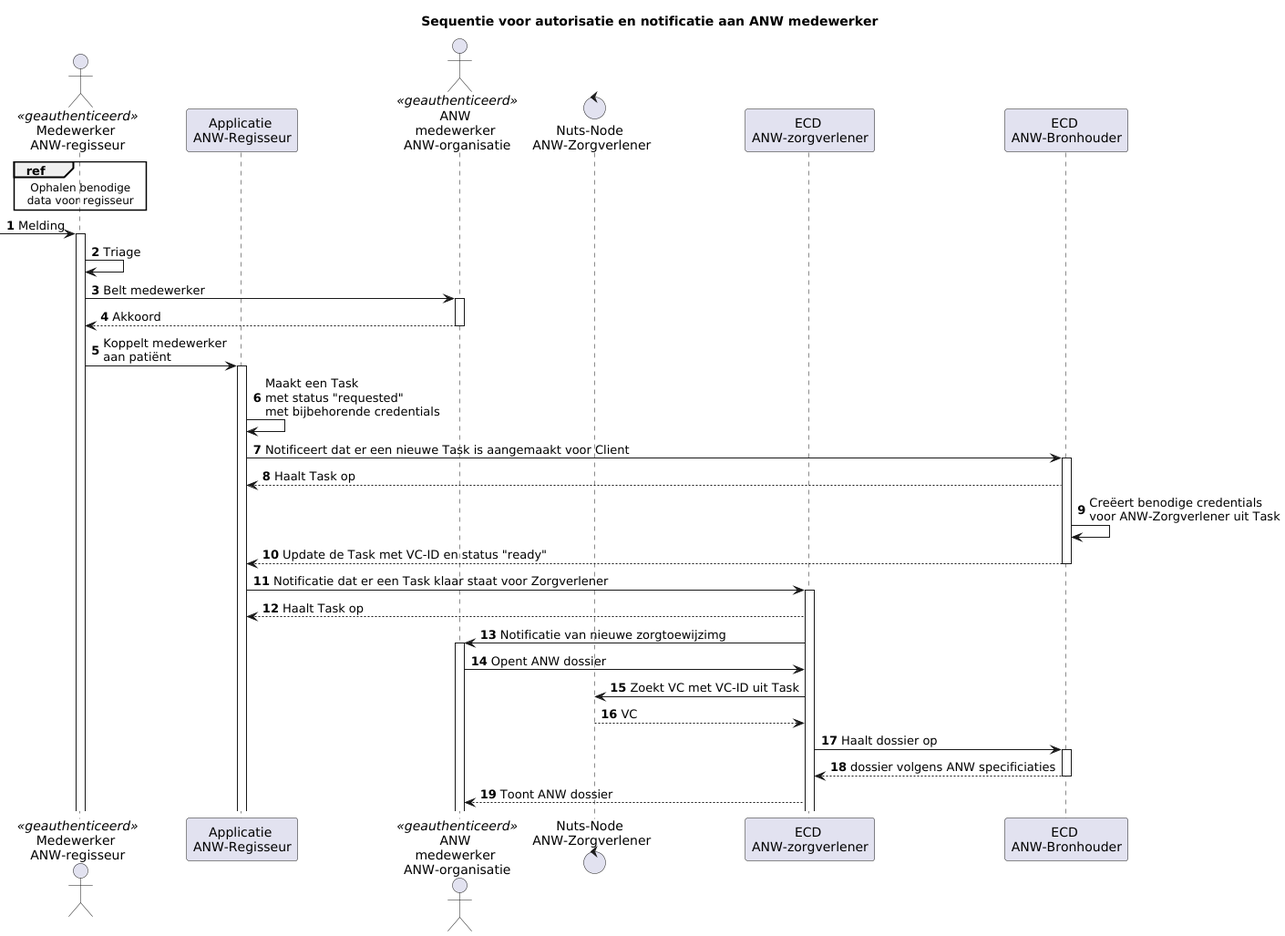
This is .gitbook/assets/ANW_koppel_sequence.png from nuts-foundation/bolts, a PlantUML export, as it was before one commit.
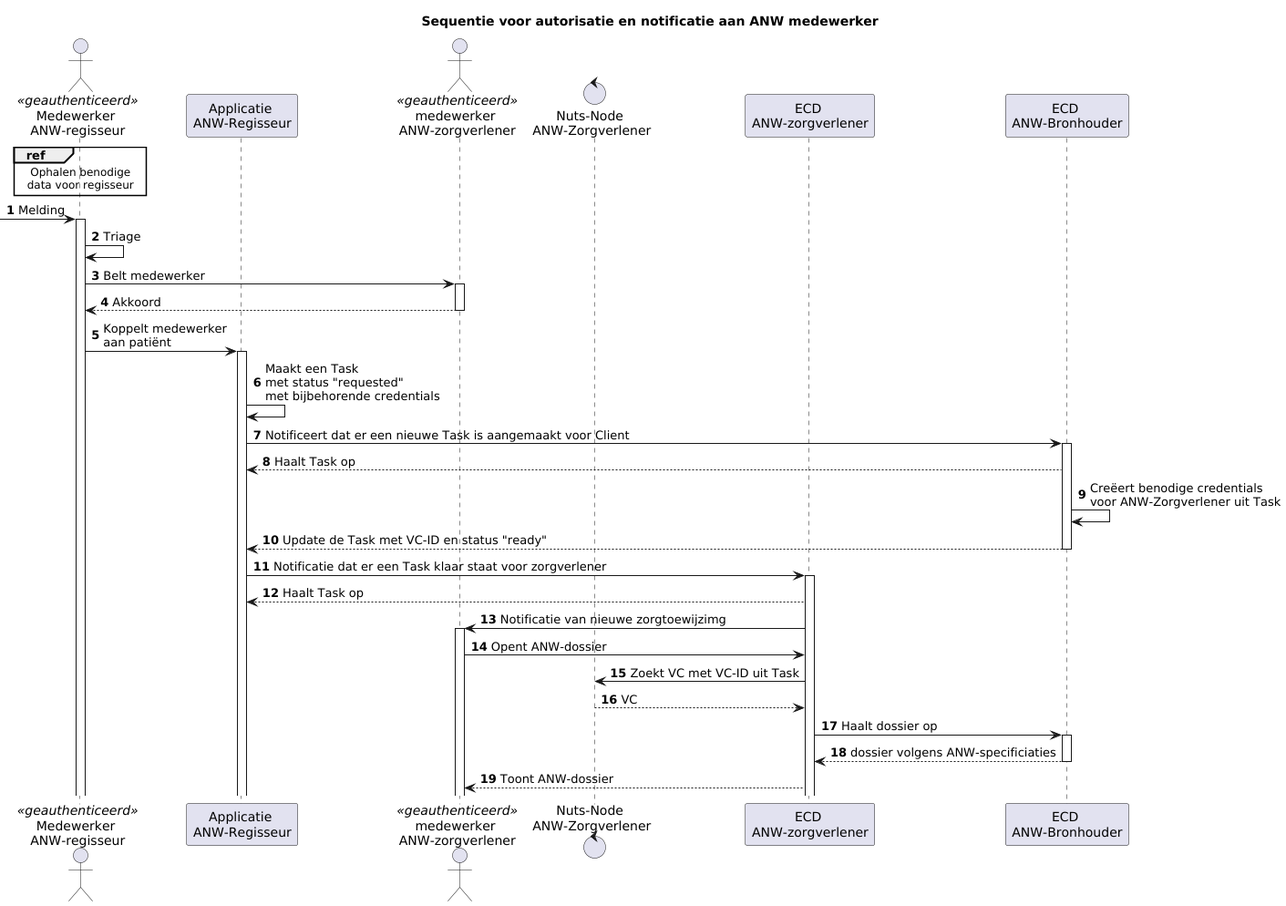
After the change.

Diff of the diagram source:
```diff
@@ -5,7 +5,7 @@
 autonumber
 actor ZMWANW as "Medewerker \nANW-regisseur"<<geauthenticeerd>>
 participant ANWSystem as "Applicatie \nANW-Regisseur"
-actor ANWEmpl as "ANW \nmedewerker \nANW-organisatie"<<geauthenticeerd>>
+actor ANWEmpl as "medewerker \nANW-zorgverlener"<<geauthenticeerd>>
 control nNodeB as "Nuts-Node \nANW-Zorgverlener"
 participant VVTA as "ECD \nANW-zorgverlener"
 participant VVTB as "ECD \nANW-Bronhouder"
@@ -21,15 +21,15 @@
 VVTB --> ANWSystem: Haalt Task op
 VVTB -> VVTB: Creëert benodige credentials \nvoor ANW-Zorgverlener uit Task
 VVTB --> ANWSystem --: Update de Task met VC-ID en status "ready"
-ANWSystem -> VVTA ++: Notificatie dat er een Task klaar staat voor Zorgverlener
+ANWSystem -> VVTA ++: Notificatie dat er een Task klaar staat voor zorgverlener
 VVTA --> ANWSystem: Haalt Task op
 VVTA -> ANWEmpl ++: Notificatie van nieuwe zorgtoewijzimg
 
-ANWEmpl -> VVTA: Opent ANW dossier
+ANWEmpl -> VVTA: Opent ANW-dossier
 VVTA -> nNodeB: Zoekt VC met VC-ID uit Task
 nNodeB --> VVTA: VC
 VVTA -> VVTB ++: Haalt dossier op
-return dossier volgens ANW specificiaties
-VVTA --> ANWEmpl: Toont ANW dossier
+return dossier volgens ANW-specificiaties
+VVTA --> ANWEmpl: Toont ANW-dossier
 
 @enduml
```
